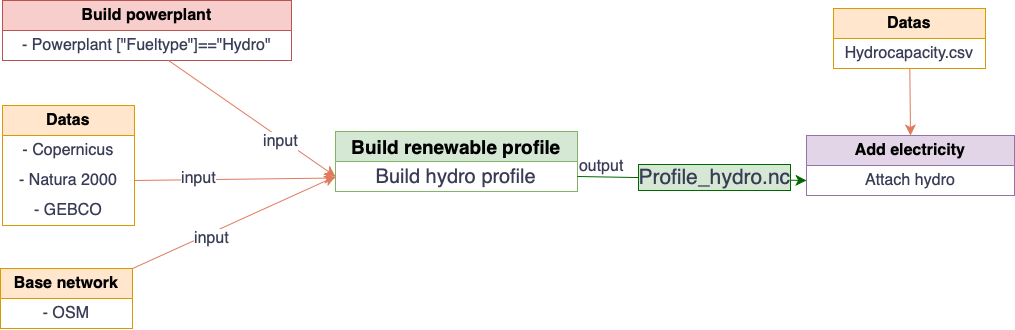
hannotteadele/pypsa-earth keeps this draw.io diagram as post_process/datas_for_hydro.drawio.png. Above is the earlier version. Source tidied: cells renumbered, new cells last; positions are measured from the earlier drawing's top-left corner, leaving out a move shared by most shapes. Source of this version:
```xml
<mxGraphModel>
  <root>
    <mxCell id="0" />
    <mxCell id="1" parent="0" />
    <mxCell id="2" value="&lt;b&gt;Datas&lt;/b&gt;" style="swimlane;fontStyle=0;horizontal=1;startSize=30;whiteSpace=wrap;html=1;fontSize=16;rounded=0;labelBackgroundColor=none;fillColor=#ffe6cc;strokeColor=#d79b00;align=center;" parent="1" vertex="1">
      <mxGeometry x="2" y="105" width="132" height="120" as="geometry" />
    </mxCell>
    <mxCell id="3" value="- Copernicus" style="text;strokeColor=none;fillColor=none;align=center;verticalAlign=middle;spacingLeft=4;spacingRight=4;overflow=hidden;whiteSpace=wrap;html=1;fontSize=16;rounded=0;labelBackgroundColor=none;fontColor=#393C56;" parent="2" vertex="1">
      <mxGeometry y="30" width="132" height="30" as="geometry" />
    </mxCell>
    <mxCell id="4" value="- Natura 2000" style="text;strokeColor=none;fillColor=none;align=center;verticalAlign=middle;spacingLeft=4;spacingRight=4;overflow=hidden;points=[[0,0.5],[1,0.5]];portConstraint=eastwest;whiteSpace=wrap;html=1;fontSize=16;rounded=0;labelBackgroundColor=none;fontColor=#393C56;" parent="2" vertex="1">
      <mxGeometry y="60" width="132" height="30" as="geometry" />
    </mxCell>
    <mxCell id="5" value="- GEBCO" style="text;strokeColor=none;fillColor=none;align=center;verticalAlign=middle;spacingLeft=4;spacingRight=4;overflow=hidden;whiteSpace=wrap;html=1;fontSize=16;rounded=0;labelBackgroundColor=none;fontColor=#393C56;" parent="2" vertex="1">
      <mxGeometry y="90" width="132" height="30" as="geometry" />
    </mxCell>
    <mxCell id="6" value="&lt;b style=&quot;font-size: 19px;&quot;&gt;Build renewable&amp;nbsp;profile&lt;/b&gt;" style="swimlane;fontStyle=0;horizontal=1;startSize=30;whiteSpace=wrap;html=1;fontSize=19;rounded=0;labelBackgroundColor=none;fillColor=#d5e8d4;strokeColor=#82b366;" parent="1" vertex="1">
      <mxGeometry x="335" y="131" width="242" height="60" as="geometry" />
    </mxCell>
    <mxCell id="7" value="Build hydro profile" style="text;strokeColor=none;fillColor=none;align=center;verticalAlign=middle;spacingLeft=4;spacingRight=4;overflow=hidden;points=[[0,0.5],[1,0.5]];portConstraint=eastwest;whiteSpace=wrap;html=1;fontSize=20;rounded=0;labelBackgroundColor=none;fontColor=#393C56;" parent="6" vertex="1">
      <mxGeometry y="30" width="242" height="30" as="geometry" />
    </mxCell>
    <mxCell id="8" value="&lt;b&gt;Add electricity&lt;/b&gt;" style="swimlane;fontStyle=0;horizontal=1;startSize=30;whiteSpace=wrap;html=1;fontSize=16;rounded=0;labelBackgroundColor=none;fillColor=#e1d5e7;strokeColor=#9673a6;" parent="1" vertex="1">
      <mxGeometry x="806" y="135" width="208" height="60" as="geometry" />
    </mxCell>
    <mxCell id="9" value="Attach hydro" style="text;strokeColor=none;fillColor=none;align=center;verticalAlign=middle;spacingLeft=4;spacingRight=4;overflow=hidden;points=[[0,0.5],[1,0.5]];portConstraint=eastwest;whiteSpace=wrap;html=1;fontSize=16;rounded=0;labelBackgroundColor=none;fontColor=#393C56;" parent="8" vertex="1">
      <mxGeometry y="30" width="208" height="30" as="geometry" />
    </mxCell>
    <mxCell id="10" style="edgeStyle=none;curved=1;rounded=0;jettySize=auto;html=1;entryX=0;entryY=0.5;entryDx=0;entryDy=0;strokeColor=#E07A5F;fontSize=12;fontColor=#393C56;startSize=8;endSize=8;fillColor=#F2CC8F;" parent="1" edge="1" source="12" target="7">
      <mxGeometry relative="1" as="geometry" />
    </mxCell>
    <mxCell id="11" value="input" style="edgeLabel;html=1;align=center;verticalAlign=middle;fontSize=16;fontColor=#393C56;" parent="10" vertex="1">
      <mxGeometry x="-0.25" y="-3" relative="1" as="geometry">
        <mxPoint x="1" as="offset" />
      </mxGeometry>
    </mxCell>
    <mxCell id="12" value="&lt;b&gt;Base network&lt;/b&gt;" style="swimlane;fontStyle=0;horizontal=1;startSize=30;whiteSpace=wrap;html=1;fontSize=16;rounded=0;labelBackgroundColor=none;fillColor=#ffe6cc;strokeColor=#d79b00;align=center;" parent="1" vertex="1">
      <mxGeometry y="268" width="132" height="60" as="geometry" />
    </mxCell>
    <mxCell id="13" value="- OSM" style="text;strokeColor=none;fillColor=none;align=center;verticalAlign=middle;spacingLeft=4;spacingRight=4;overflow=hidden;points=[[0,0.5],[1,0.5]];portConstraint=eastwest;whiteSpace=wrap;html=1;fontSize=16;rounded=0;labelBackgroundColor=none;fontColor=#393C56;" parent="12" vertex="1">
      <mxGeometry y="30" width="132" height="30" as="geometry" />
    </mxCell>
    <mxCell id="14" style="edgeStyle=none;curved=1;rounded=0;jettySize=auto;html=1;entryX=0.5;entryY=0;entryDx=0;entryDy=0;strokeColor=#E07A5F;fontSize=12;fontColor=#393C56;startSize=8;endSize=8;fillColor=#F2CC8F;" parent="1" edge="1" source="15" target="8">
      <mxGeometry relative="1" as="geometry" />
    </mxCell>
    <mxCell id="15" value="&lt;b&gt;Datas&lt;/b&gt;" style="swimlane;fontStyle=0;horizontal=1;startSize=30;whiteSpace=wrap;html=1;fontSize=16;rounded=0;labelBackgroundColor=none;fillColor=#ffe6cc;strokeColor=#d79b00;align=center;" parent="1" vertex="1">
      <mxGeometry x="833" y="8" width="152" height="60" as="geometry" />
    </mxCell>
    <mxCell id="16" value="Hydrocapacity.csv" style="text;strokeColor=none;fillColor=none;align=center;verticalAlign=middle;spacingLeft=4;spacingRight=4;overflow=hidden;whiteSpace=wrap;html=1;fontSize=16;rounded=0;labelBackgroundColor=none;fontColor=#393C56;" parent="15" vertex="1">
      <mxGeometry y="30" width="152" height="30" as="geometry" />
    </mxCell>
    <mxCell id="17" value="&lt;b&gt;Build&amp;nbsp;powerplant&lt;/b&gt;" style="swimlane;fontStyle=0;horizontal=1;startSize=30;whiteSpace=wrap;html=1;fontSize=16;rounded=0;labelBackgroundColor=none;fillColor=#f8cecc;strokeColor=#b85450;align=center;" parent="1" vertex="1">
      <mxGeometry x="2" width="289" height="60" as="geometry" />
    </mxCell>
    <mxCell id="18" value="- Powerplant [&quot;Fueltype&quot;]==&quot;Hydro&quot;" style="text;strokeColor=none;fillColor=none;align=center;verticalAlign=middle;spacingLeft=4;spacingRight=4;overflow=hidden;points=[[0,0.5],[1,0.5]];portConstraint=eastwest;whiteSpace=wrap;html=1;fontSize=16;rounded=0;labelBackgroundColor=none;fontColor=#393C56;" parent="17" vertex="1">
      <mxGeometry y="30" width="289" height="30" as="geometry" />
    </mxCell>
    <mxCell id="19" style="edgeStyle=none;curved=1;rounded=0;jettySize=auto;html=1;entryX=0;entryY=0.5;entryDx=0;entryDy=0;strokeColor=#E07A5F;fontSize=12;fontColor=#FFB570;startSize=8;endSize=8;fillColor=#F2CC8F;" parent="1" edge="1" source="18" target="7">
      <mxGeometry relative="1" as="geometry" />
    </mxCell>
    <mxCell id="20" value="input" style="edgeLabel;html=1;align=center;verticalAlign=middle;fontSize=16;fontColor=#393C56;" parent="19" vertex="1">
      <mxGeometry x="0.32" y="-2" relative="1" as="geometry">
        <mxPoint x="1" y="1" as="offset" />
      </mxGeometry>
    </mxCell>
    <mxCell id="21" style="edgeStyle=none;curved=1;rounded=0;jettySize=auto;html=1;exitX=1;exitY=0.5;exitDx=0;exitDy=0;strokeColor=#E07A5F;fontSize=12;fontColor=#393C56;startSize=8;endSize=8;fillColor=#F2CC8F;" parent="1" edge="1" source="4" target="7">
      <mxGeometry relative="1" as="geometry" />
    </mxCell>
    <mxCell id="22" value="input" style="edgeLabel;html=1;align=center;verticalAlign=middle;fontSize=16;fontColor=#393C56;" parent="21" vertex="1">
      <mxGeometry x="-0.37" y="2" relative="1" as="geometry" />
    </mxCell>
    <mxCell id="23" style="endArrow=classic;html=1;rounded=0;strokeColor=#006600;fontSize=12;fontColor=#393C56;startSize=8;endSize=8;fillColor=#F2CC8F;curved=1;exitX=1;exitY=0.5;exitDx=0;exitDy=0;entryX=0;entryY=0.5;entryDx=0;entryDy=0;" parent="1" edge="1" source="7" target="9">
      <mxGeometry relative="1" as="geometry" />
    </mxCell>
    <mxCell id="24" value="Profile_hydro.nc" style="edgeLabel;html=1;align=center;verticalAlign=middle;strokeColor=#E07A5F;fontSize=21;fontColor=#393C56;fillColor=#F2CC8F;labelBorderColor=#006600;labelBackgroundColor=#D5E8D4;" parent="23" vertex="1">
      <mxGeometry relative="1" as="geometry">
        <mxPoint x="21" y="-2" as="offset" />
      </mxGeometry>
    </mxCell>
    <mxCell id="25" value="output" style="edgeLabel;html=1;align=left;verticalAlign=bottom;strokeColor=#E07A5F;fontSize=16;fontColor=#393C56;fillColor=#F2CC8F;" parent="23" vertex="1">
      <mxGeometry x="-1" relative="1" as="geometry" />
    </mxCell>
  </root>
</mxGraphModel>
```
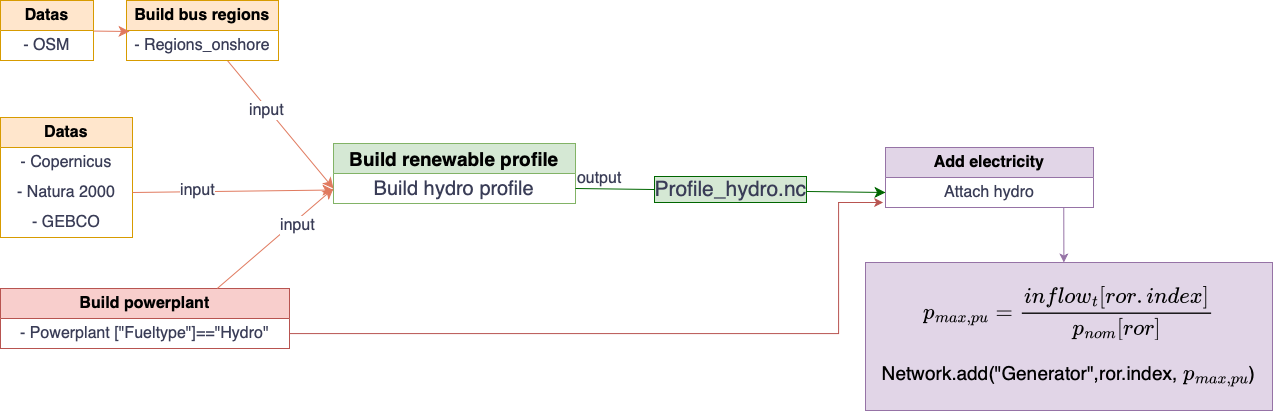
Above is the later version.

Change to the diagram source:
```diff
@@ -1,4 +1,4 @@
-<mxGraphModel>
+<mxGraphModel math="1">
   <root>
     <mxCell id="0" />
     <mxCell id="1" parent="0" />
@@ -21,7 +21,7 @@
       <mxGeometry y="30" width="242" height="30" as="geometry" />
     </mxCell>
     <mxCell id="8" value="&lt;b&gt;Add electricity&lt;/b&gt;" style="swimlane;fontStyle=0;horizontal=1;startSize=30;whiteSpace=wrap;html=1;fontSize=16;rounded=0;labelBackgroundColor=none;fillColor=#e1d5e7;strokeColor=#9673a6;" parent="1" vertex="1">
-      <mxGeometry x="806" y="135" width="208" height="60" as="geometry" />
+      <mxGeometry x="887" y="135" width="208" height="60" as="geometry" />
     </mxCell>
     <mxCell id="9" value="Attach hydro" style="text;strokeColor=none;fillColor=none;align=center;verticalAlign=middle;spacingLeft=4;spacingRight=4;overflow=hidden;points=[[0,0.5],[1,0.5]];portConstraint=eastwest;whiteSpace=wrap;html=1;fontSize=16;rounded=0;labelBackgroundColor=none;fontColor=#393C56;" parent="8" vertex="1">
       <mxGeometry y="30" width="208" height="30" as="geometry" />
@@ -34,28 +34,19 @@
         <mxPoint x="1" as="offset" />
       </mxGeometry>
     </mxCell>
-    <mxCell id="12" value="&lt;b&gt;Base network&lt;/b&gt;" style="swimlane;fontStyle=0;horizontal=1;startSize=30;whiteSpace=wrap;html=1;fontSize=16;rounded=0;labelBackgroundColor=none;fillColor=#ffe6cc;strokeColor=#d79b00;align=center;" parent="1" vertex="1">
-      <mxGeometry y="268" width="132" height="60" as="geometry" />
+    <mxCell id="12" value="&lt;b&gt;Build bus regions&lt;/b&gt;" style="swimlane;fontStyle=0;horizontal=1;startSize=30;whiteSpace=wrap;html=1;fontSize=16;rounded=0;labelBackgroundColor=none;fillColor=#ffe6cc;strokeColor=#d79b00;align=center;" parent="1" vertex="1">
+      <mxGeometry x="128" y="-12" width="152" height="60" as="geometry" />
     </mxCell>
-    <mxCell id="13" value="- OSM" style="text;strokeColor=none;fillColor=none;align=center;verticalAlign=middle;spacingLeft=4;spacingRight=4;overflow=hidden;points=[[0,0.5],[1,0.5]];portConstraint=eastwest;whiteSpace=wrap;html=1;fontSize=16;rounded=0;labelBackgroundColor=none;fontColor=#393C56;" parent="12" vertex="1">
-      <mxGeometry y="30" width="132" height="30" as="geometry" />
+    <mxCell id="13" value="- Regions_onshore" style="text;strokeColor=none;fillColor=none;align=center;verticalAlign=middle;spacingLeft=4;spacingRight=4;overflow=hidden;points=[[0,0.5],[1,0.5]];portConstraint=eastwest;whiteSpace=wrap;html=1;fontSize=16;rounded=0;labelBackgroundColor=none;fontColor=#393C56;" parent="12" vertex="1">
+      <mxGeometry y="30" width="152" height="30" as="geometry" />
     </mxCell>
-    <mxCell id="14" style="edgeStyle=none;curved=1;rounded=0;jettySize=auto;html=1;entryX=0.5;entryY=0;entryDx=0;entryDy=0;strokeColor=#E07A5F;fontSize=12;fontColor=#393C56;startSize=8;endSize=8;fillColor=#F2CC8F;" parent="1" edge="1" source="15" target="8">
-      <mxGeometry relative="1" as="geometry" />
-    </mxCell>
-    <mxCell id="15" value="&lt;b&gt;Datas&lt;/b&gt;" style="swimlane;fontStyle=0;horizontal=1;startSize=30;whiteSpace=wrap;html=1;fontSize=16;rounded=0;labelBackgroundColor=none;fillColor=#ffe6cc;strokeColor=#d79b00;align=center;" parent="1" vertex="1">
-      <mxGeometry x="833" y="8" width="152" height="60" as="geometry" />
-    </mxCell>
-    <mxCell id="16" value="Hydrocapacity.csv" style="text;strokeColor=none;fillColor=none;align=center;verticalAlign=middle;spacingLeft=4;spacingRight=4;overflow=hidden;whiteSpace=wrap;html=1;fontSize=16;rounded=0;labelBackgroundColor=none;fontColor=#393C56;" parent="15" vertex="1">
-      <mxGeometry y="30" width="152" height="30" as="geometry" />
-    </mxCell>
     <mxCell id="17" value="&lt;b&gt;Build&amp;nbsp;powerplant&lt;/b&gt;" style="swimlane;fontStyle=0;horizontal=1;startSize=30;whiteSpace=wrap;html=1;fontSize=16;rounded=0;labelBackgroundColor=none;fillColor=#f8cecc;strokeColor=#b85450;align=center;" parent="1" vertex="1">
-      <mxGeometry x="2" width="289" height="60" as="geometry" />
+      <mxGeometry x="2" y="276" width="289" height="60" as="geometry" />
     </mxCell>
     <mxCell id="18" value="- Powerplant [&quot;Fueltype&quot;]==&quot;Hydro&quot;" style="text;strokeColor=none;fillColor=none;align=center;verticalAlign=middle;spacingLeft=4;spacingRight=4;overflow=hidden;points=[[0,0.5],[1,0.5]];portConstraint=eastwest;whiteSpace=wrap;html=1;fontSize=16;rounded=0;labelBackgroundColor=none;fontColor=#393C56;" parent="17" vertex="1">
       <mxGeometry y="30" width="289" height="30" as="geometry" />
     </mxCell>
-    <mxCell id="19" style="edgeStyle=none;curved=1;rounded=0;jettySize=auto;html=1;entryX=0;entryY=0.5;entryDx=0;entryDy=0;strokeColor=#E07A5F;fontSize=12;fontColor=#FFB570;startSize=8;endSize=8;fillColor=#F2CC8F;" parent="1" edge="1" source="18" target="7">
+    <mxCell id="19" style="edgeStyle=none;curved=1;rounded=0;jettySize=auto;html=1;entryX=0;entryY=0.5;entryDx=0;entryDy=0;strokeColor=#E07A5F;fontSize=12;fontColor=#FFB570;startSize=8;endSize=8;fillColor=#F2CC8F;exitX=0.75;exitY=0;exitDx=0;exitDy=0;" parent="1" edge="1" source="17" target="7">
       <mxGeometry relative="1" as="geometry" />
     </mxCell>
     <mxCell id="20" value="input" style="edgeLabel;html=1;align=center;verticalAlign=middle;fontSize=16;fontColor=#393C56;" parent="19" vertex="1">
@@ -74,11 +65,40 @@
     </mxCell>
     <mxCell id="24" value="Profile_hydro.nc" style="edgeLabel;html=1;align=center;verticalAlign=middle;strokeColor=#E07A5F;fontSize=21;fontColor=#393C56;fillColor=#F2CC8F;labelBorderColor=#006600;labelBackgroundColor=#D5E8D4;" parent="23" vertex="1">
       <mxGeometry relative="1" as="geometry">
-        <mxPoint x="21" y="-2" as="offset" />
+        <mxPoint y="-2" as="offset" />
       </mxGeometry>
     </mxCell>
     <mxCell id="25" value="output" style="edgeLabel;html=1;align=left;verticalAlign=bottom;strokeColor=#E07A5F;fontSize=16;fontColor=#393C56;fillColor=#F2CC8F;" parent="23" vertex="1">
       <mxGeometry x="-1" relative="1" as="geometry" />
     </mxCell>
+    <mxCell id="26" style="edgeStyle=none;curved=1;rounded=0;jettySize=auto;html=1;entryX=0.02;entryY=0.033;entryDx=0;entryDy=0;entryPerimeter=0;strokeColor=#E07A5F;fontSize=12;fontColor=#393C56;startSize=8;endSize=8;fillColor=#F2CC8F;" parent="1" edge="1" source="15" target="13">
+      <mxGeometry relative="1" as="geometry" />
+    </mxCell>
+    <mxCell id="15" value="&lt;b&gt;Datas&lt;/b&gt;" style="swimlane;fontStyle=0;horizontal=1;startSize=30;whiteSpace=wrap;html=1;fontSize=16;rounded=0;labelBackgroundColor=none;fillColor=#ffe6cc;strokeColor=#d79b00;align=center;" parent="1" vertex="1">
+      <mxGeometry x="2" y="-12" width="93" height="60" as="geometry" />
+    </mxCell>
+    <mxCell id="27" value="- OSM" style="text;strokeColor=none;fillColor=none;align=center;verticalAlign=middle;spacingLeft=4;spacingRight=4;overflow=hidden;whiteSpace=wrap;html=1;fontSize=16;rounded=0;labelBackgroundColor=none;fontColor=#393C56;" parent="15" vertex="1">
+      <mxGeometry y="30" width="93" height="30" as="geometry" />
+    </mxCell>
+    <mxCell id="28" style="edgeStyle=orthogonalEdgeStyle;rounded=0;jettySize=auto;html=1;fillColor=#f8cecc;strokeColor=#b85450;entryX=-0.011;entryY=0.846;entryDx=0;entryDy=0;entryPerimeter=0;" parent="1" edge="1" source="18" target="9">
+      <mxGeometry relative="1" as="geometry">
+        <Array as="points">
+          <mxPoint x="840" y="321" />
+          <mxPoint x="840" y="190" />
+          <mxPoint x="885" y="190" />
+        </Array>
+      </mxGeometry>
+    </mxCell>
+    <mxCell id="29" value="$$p_{max, pu}=\frac{inflow_t[ror.index]}{p_{nom}[ror]}$$&lt;br&gt;&lt;br style=&quot;font-size: 19px;&quot;&gt;Network.add(&quot;Generator&quot;,ror.index,&amp;nbsp;\(p_{max, pu}&amp;nbsp;\))" style="rounded=0;whiteSpace=wrap;html=1;fontSize=19;fillColor=#e1d5e7;strokeColor=#9673a6;" parent="1" vertex="1">
+      <mxGeometry x="867" y="250" width="407" height="148" as="geometry" />
+    </mxCell>
+    <mxCell id="30" style="edgeStyle=orthogonalEdgeStyle;rounded=0;jettySize=auto;html=1;exitX=0.857;exitY=1;exitDx=0;exitDy=0;exitPerimeter=0;fillColor=#e1d5e7;strokeColor=#9673a6;" parent="1" edge="1" source="9" target="29">
+      <mxGeometry relative="1" as="geometry">
+        <Array as="points">
+          <mxPoint x="1065" y="235" />
+          <mxPoint x="1065" y="235" />
+        </Array>
+      </mxGeometry>
+    </mxCell>
   </root>
 </mxGraphModel>
```
